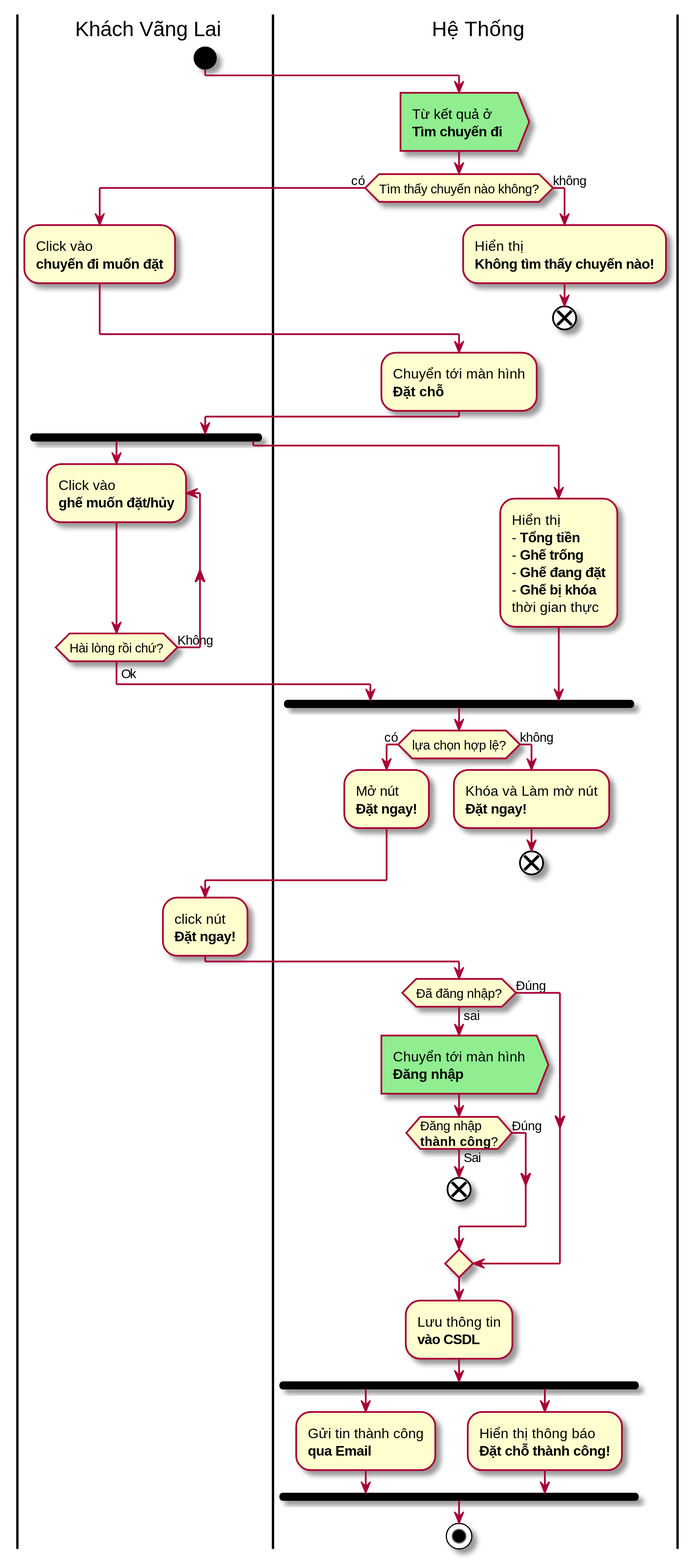
This is Documents/working/Giap/usecases_and_flow_charts/book_trip.svg from tungdduy/funixCP, a PlantUML export, as it was before one commit. The source it was exported from:
```plantuml
@startuml
skinparam dpi 200


|User| Khách Vãng Lai
	start

|System| Hệ Thống

	#lightgreen:Từ kết quả ở
	<b>Tìm chuyến đi</b> >

	if (Tìm thấy chuyến nào không?) then (có)
		|User|
			:Click vào
			<b>chuyến đi muốn đặt</b>;
	else (không)

		|System|
			:Hiển thị
			<b>Không tìm thấy chuyến nào!</b>;

			end
	endif

|System|
	:Chuyển tới màn hình
	<b>Đặt chỗ</b>;

|User|
	fork
		repeat :Click vào\n<b>ghế muốn đặt/hủy</b>;
			repeat while (Hài lòng rồi chứ?) is (Không)
		->Ok;
|System|
	fork again
		:Hiển thị
		- <b>Tổng tiền</b>
		- <b>Ghế trống</b>
		- <b>Ghế đang đặt</b>
		- <b>Ghế bị khóa</b>
		thời gian thực;

	end fork

	if (lựa chọn hợp lệ?) then (có)

		:Mở nút
		<b>Đặt ngay!</b>;

	else (không)

		:Khóa và Làm mờ nút
		<b>Đặt ngay!</b>;
		end
	endif

|User|
	:click nút
	<b>Đặt ngay!</b>;

|System|

	if (Đã đăng nhập?) then (Đúng)

	else (sai)

		#lightgreen:Chuyển tới màn hình
		<b>Đăng nhập</b> >

		if (Đăng nhập\n<b>thành công</b>?) then (Sai)
			end
		else (Đúng)

		endif

	endif

	:Lưu thông tin
	<b>vào CSDL</b>;

	fork
		:Gửi tin thành công
		<b>qua Email</b>;
	fork again
		:Hiển thị thông báo
		<b>Đặt chỗ thành công!</b>;
	end fork

	stop
@enduml
```
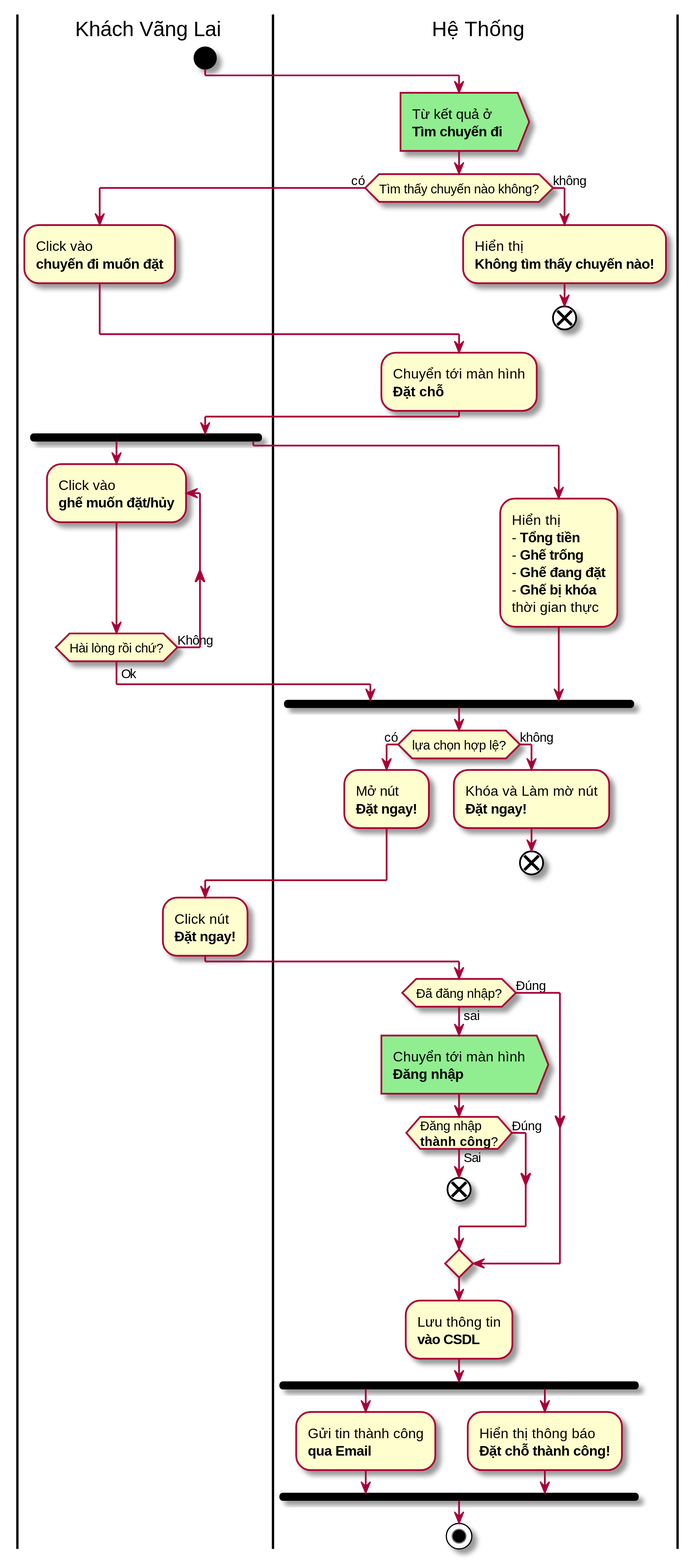
The same file after the commit.

Change to the diagram source:
```diff
@@ -56,7 +56,7 @@
 	endif
 
 |User|
-	:click nút
+	:Click nút
 	<b>Đặt ngay!</b>;
 
 |System|
```
